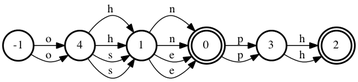
Above: test.png in devictr/fst-jit (Graphviz), before the change. Its source is kept beside it as test.dot. The source it was exported from:
```dot
digraph FST {
rankdir = LR;
label = "";
center = 1;
ranksep = "0.4";
nodesep = "0.25";
-1 [label = "-1", shape = circle, style = bold, fontsize = 14]
	-1 -> 4 [label = "o", fontsize = 14];
	-1 -> 4 [label = "o", fontsize = 14];
4 [label = "4", shape = circle, style = bold, fontsize = 14]
	4 -> 1 [label = "h", fontsize = 14];
	4 -> 1 [label = "h", fontsize = 14];
	4 -> 1 [label = "s", fontsize = 14];
	4 -> 1 [label = "s", fontsize = 14];
1 [label = "1", shape = circle, style = bold, fontsize = 14]
	1 -> 0 [label = "n", fontsize = 14];
	1 -> 0 [label = "n", fontsize = 14];
	1 -> 0 [label = "e", fontsize = 14];
	1 -> 0 [label = "e", fontsize = 14];
0 [label = "0", shape = doublecircle, style = bold, fontsize = 14]
	0 -> 3 [label = "p", fontsize = 14];
	0 -> 3 [label = "p", fontsize = 14];
3 [label = "3", shape = circle, style = bold, fontsize = 14]
	3 -> 2 [label = "h", fontsize = 14];
	3 -> 2 [label = "h", fontsize = 14];
2 [label = "2", shape = doublecircle, style = bold, fontsize = 14]
}
```
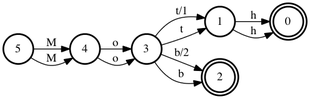
The same diagram one commit later.

Diff of the diagram source:
```diff
@@ -4,24 +4,20 @@
 center = 1;
 ranksep = "0.4";
 nodesep = "0.25";
--1 [label = "-1", shape = circle, style = bold, fontsize = 14]
-	-1 -> 4 [label = "o", fontsize = 14];
-	-1 -> 4 [label = "o", fontsize = 14];
+0 [label = "0", shape = doublecircle, style = bold, fontsize = 14]
+1 [label = "1", shape = circle, style = bold, fontsize = 14]
+	1 -> 0 [label = "h", fontsize = 14];
+	1 -> 0 [label = "h", fontsize = 14];
+2 [label = "2", shape = doublecircle, style = bold, fontsize = 14]
+3 [label = "3", shape = circle, style = bold, fontsize = 14]
+	3 -> 1 [label = "t/1", fontsize = 14];
+	3 -> 1 [label = "t", fontsize = 14];
+	3 -> 2 [label = "b/2", fontsize = 14];
+	3 -> 2 [label = "b", fontsize = 14];
 4 [label = "4", shape = circle, style = bold, fontsize = 14]
-	4 -> 1 [label = "h", fontsize = 14];
-	4 -> 1 [label = "h", fontsize = 14];
-	4 -> 1 [label = "s", fontsize = 14];
-	4 -> 1 [label = "s", fontsize = 14];
-1 [label = "1", shape = circle, style = bold, fontsize = 14]
-	1 -> 0 [label = "n", fontsize = 14];
-	1 -> 0 [label = "n", fontsize = 14];
-	1 -> 0 [label = "e", fontsize = 14];
-	1 -> 0 [label = "e", fontsize = 14];
-0 [label = "0", shape = doublecircle, style = bold, fontsize = 14]
-	0 -> 3 [label = "p", fontsize = 14];
-	0 -> 3 [label = "p", fontsize = 14];
-3 [label = "3", shape = circle, style = bold, fontsize = 14]
-	3 -> 2 [label = "h", fontsize = 14];
-	3 -> 2 [label = "h", fontsize = 14];
-2 [label = "2", shape = doublecircle, style = bold, fontsize = 14]
+	4 -> 3 [label = "o", fontsize = 14];
+	4 -> 3 [label = "o", fontsize = 14];
+5 [label = "5", shape = circle, style = bold, fontsize = 14]
+	5 -> 4 [label = "M", fontsize = 14];
+	5 -> 4 [label = "M", fontsize = 14];
 }
```
